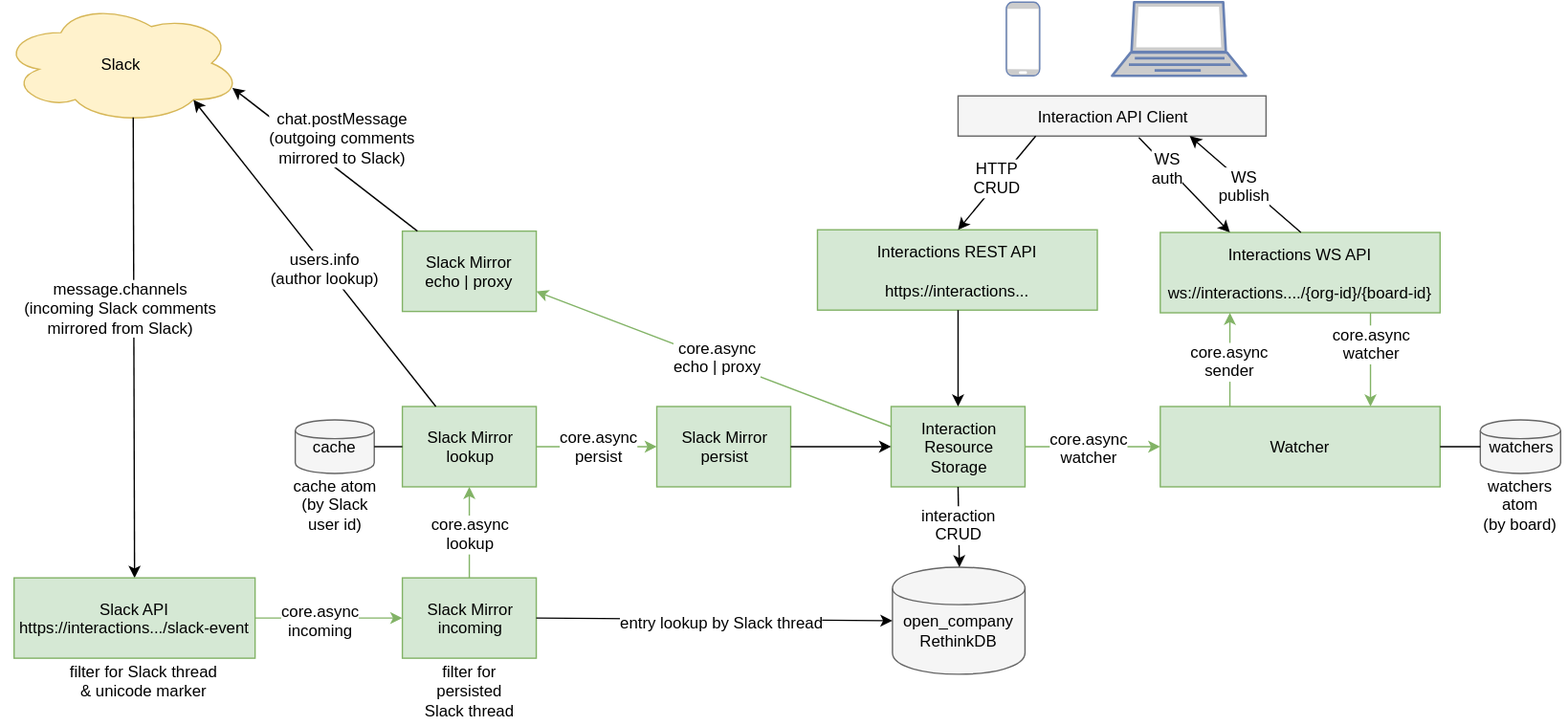
This is docs/Interaction-Service.svg from open-company/open-company-interaction, a draw.io export, as it was before one commit. Source tidied: cells renumbered, new cells last; positions are measured from the earlier drawing's top-left corner, leaving out a move shared by most shapes.
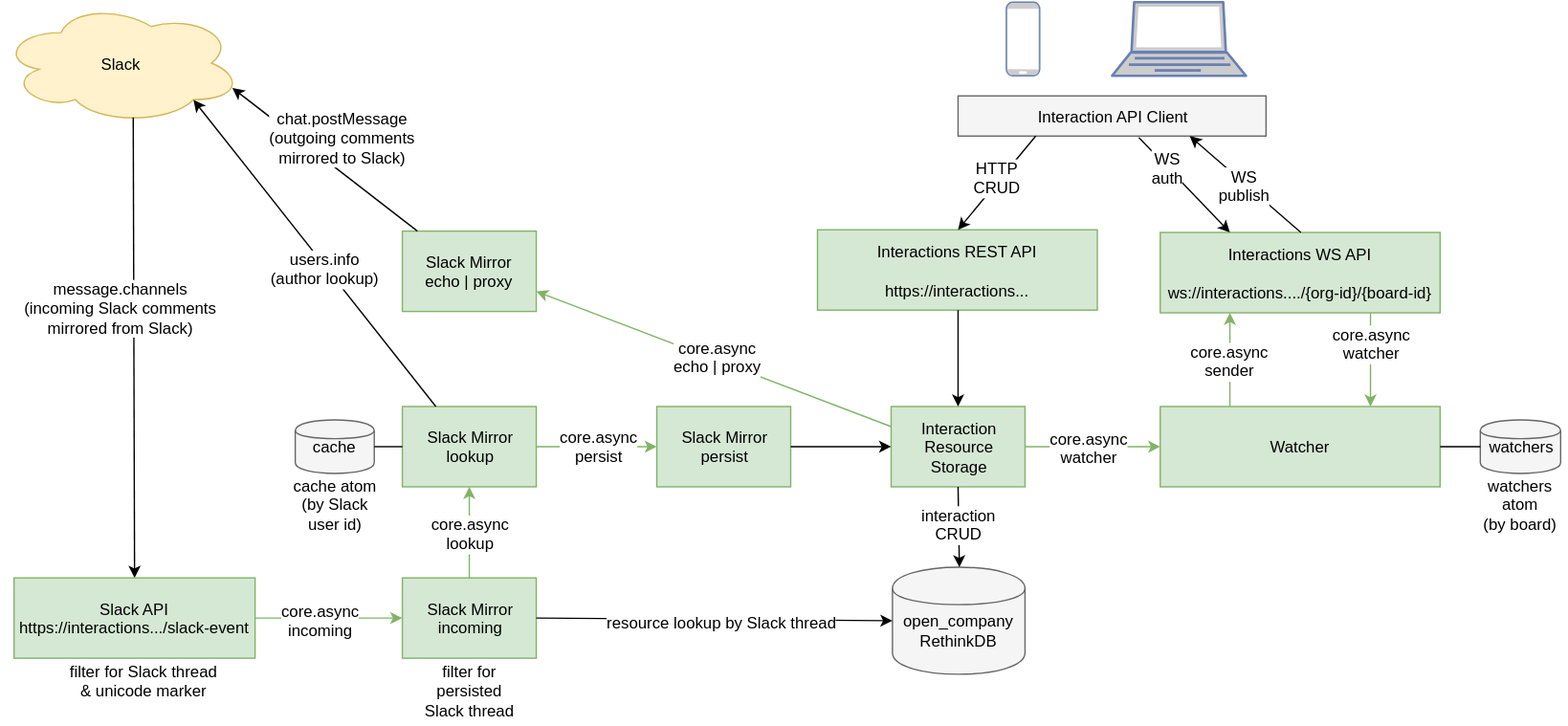
After the change.

What changed in the source:
```diff
@@ -166,7 +166,7 @@
     <mxCell id="53" style="endArrow=classic;html=1;strokeColor=#000000;fontSize=12;fontColor=#000000;entryX=0;entryY=0.5;exitX=1;exitY=0.5;" parent="1" edge="1" source="22" target="26">
       <mxGeometry relative="1" as="geometry" />
     </mxCell>
-    <mxCell id="54" value="entry lookup by Slack thread" style="text;html=1;align=center;verticalAlign=middle;labelBackgroundColor=#ffffff;fontSize=12;fontColor=#000000;" parent="53" vertex="1">
+    <mxCell id="54" value="resource lookup by Slack thread" style="text;html=1;align=center;verticalAlign=middle;labelBackgroundColor=#ffffff;fontSize=12;fontColor=#000000;" parent="53" vertex="1">
       <mxGeometry x="0.04" y="-1" relative="1" as="geometry" />
     </mxCell>
     <mxCell id="55" style="endArrow=classic;html=1;strokeColor=#000000;fontSize=12;fontColor=#000000;entryX=0;entryY=0.5;exitX=1;exitY=0.5;" parent="1" edge="1" source="50" target="16">
```
